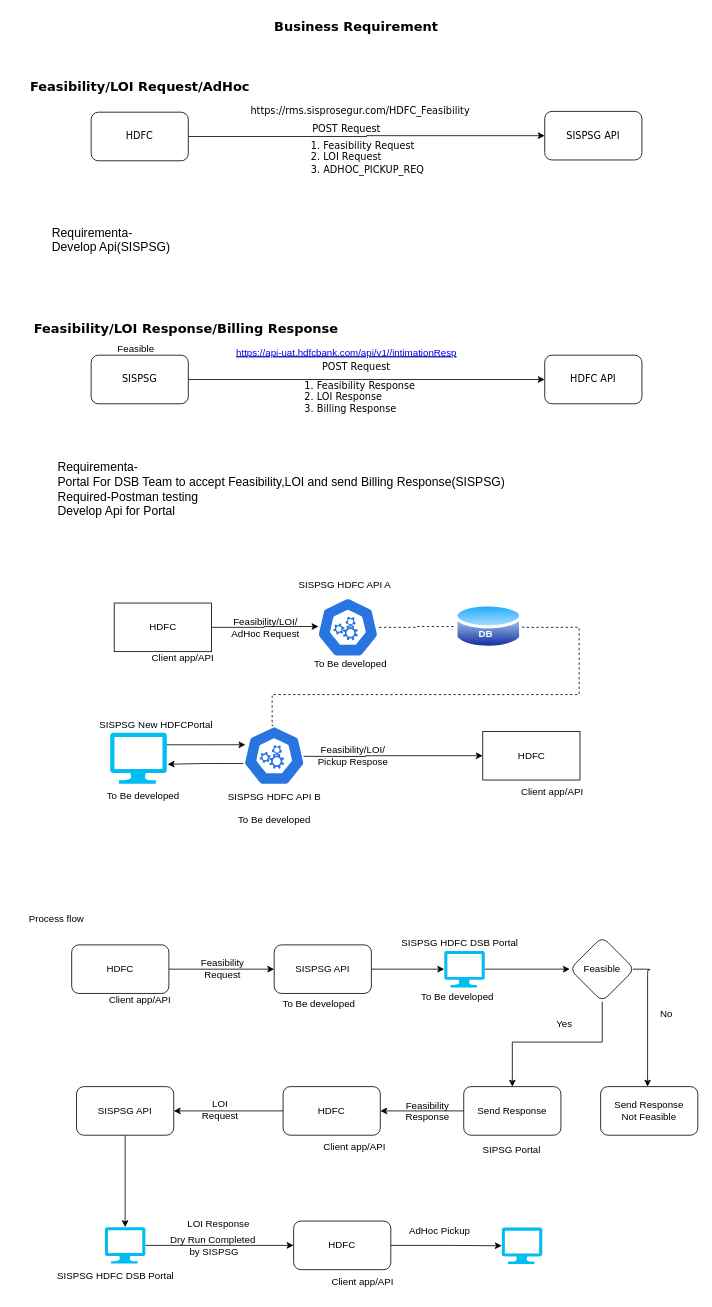
Earlier version of the draw.io diagram Hdfc.drawio (ubermachine/Drawio). Source tidied: cells renumbered, new cells numbered last; positions are measured from the earlier drawing's top-left corner, leaving out a move shared by most shapes. Both pictures are drawn from the tidied source at 81%, with x=0, y=0 at pixel (14, 14).
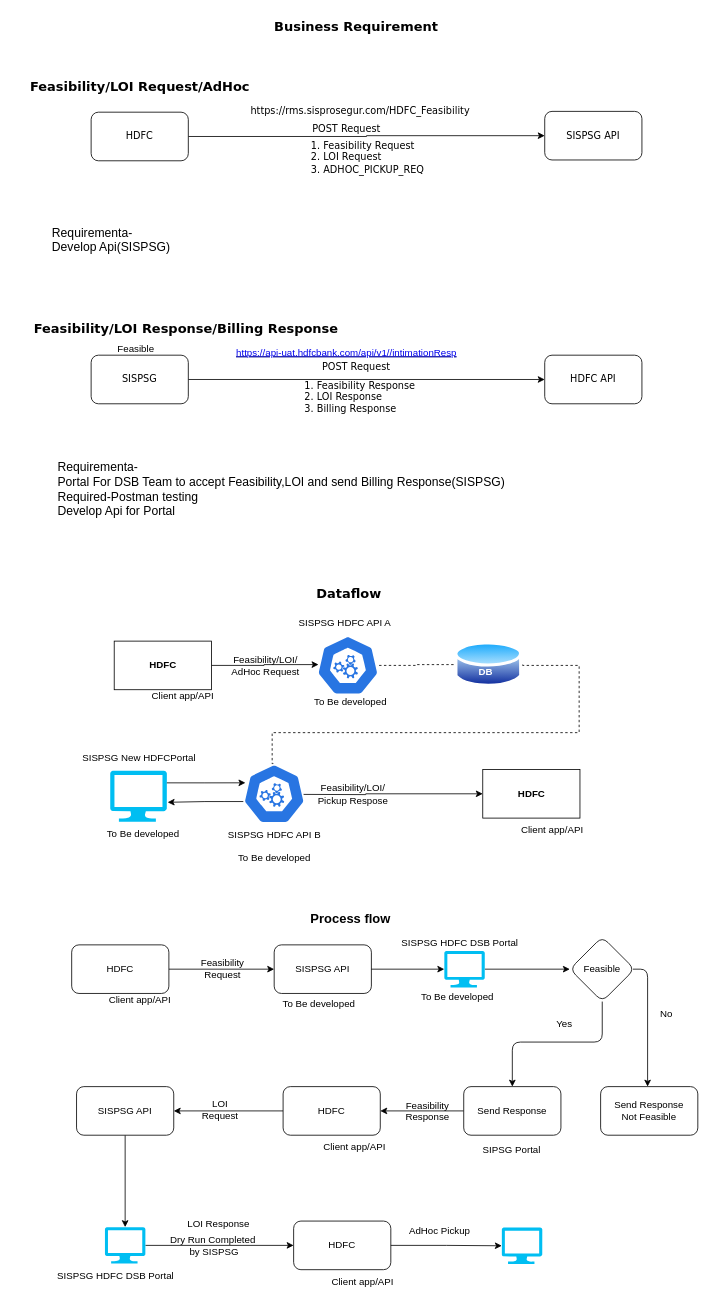
Above is the later version.

The change refers to these unchanged cells:
```xml
<mxCell id="48" value="Feasible" style="rhombus;whiteSpace=wrap;html=1;rounded=1;" parent="1" vertex="1">
  <mxGeometry x="686" y="1139" width="80" height="80" as="geometry" />
</mxCell>
<mxCell id="52" value="Send Response" style="whiteSpace=wrap;html=1;rounded=1;" parent="1" vertex="1">
  <mxGeometry x="555" y="1324" width="120" height="60" as="geometry" />
</mxCell>
```

Diff of the diagram source:
```diff
@@
-    <mxCell id="20" value="HDFC" style="rounded=0;whiteSpace=wrap;html=1;" parent="1" vertex="1">
-      <mxGeometry x="123.5" y="727" width="120" height="60" as="geometry" />
+    <mxCell id="20" value="HDFC" style="rounded=0;whiteSpace=wrap;html=1;fontStyle=1;" parent="1" vertex="1">
+      <mxGeometry x="123.5" y="774" width="120" height="60" as="geometry" />
     </mxCell>
     <mxCell id="21" style="edgeStyle=orthogonalEdgeStyle;rounded=0;jettySize=auto;html=1;entryX=0;entryY=0.5;entryDx=0;entryDy=0;" parent="1" edge="1" target="32">
       <mxGeometry relative="1" as="geometry">
-        <mxPoint x="288.5" y="916" as="sourcePoint" />
+        <mxPoint x="288.5" y="963" as="sourcePoint" />
       </mxGeometry>
     </mxCell>
@@
     <mxCell id="23" style="verticalLabelPosition=bottom;html=1;verticalAlign=top;align=center;strokeColor=none;fillColor=#00BEF2;shape=mxgraph.azure.computer;" parent="1" vertex="1">
-      <mxGeometry x="118.5" y="887" width="70" height="63" as="geometry" />
+      <mxGeometry x="118.5" y="934" width="70" height="63" as="geometry" />
     </mxCell>
     <mxCell id="24" value="To Be developed" style="text;html=1;align=center;verticalAlign=middle;strokeColor=none;fillColor=none;" parent="1" vertex="1">
-      <mxGeometry x="359.5" y="787" width="110" height="30" as="geometry" />
+      <mxGeometry x="359.5" y="834" width="110" height="30" as="geometry" />
     </mxCell>
     <mxCell id="25" value="Client app/API" style="text;html=1;align=center;verticalAlign=middle;strokeColor=none;fillColor=none;" parent="1" vertex="1">
-      <mxGeometry x="157.5" y="779.5" width="100" height="30" as="geometry" />
+      <mxGeometry x="157.5" y="826.5" width="100" height="30" as="geometry" />
     </mxCell>
     <mxCell id="26" value="&lt;div&gt;Feasibility/LOI/&lt;/div&gt;&lt;div&gt;Pickup Respose&lt;br&gt;&lt;/div&gt;" style="text;html=1;align=center;verticalAlign=middle;strokeColor=none;fillColor=none;" parent="1" vertex="1">
-      <mxGeometry x="362.5" y="895.5" width="110" height="40" as="geometry" />
+      <mxGeometry x="362.5" y="942.5" width="110" height="40" as="geometry" />
     </mxCell>
     <mxCell id="27" value="&lt;div&gt;Feasibility/LOI/&lt;/div&gt;&lt;div&gt;AdHoc Request&lt;br&gt;&lt;/div&gt;" style="text;html=1;align=center;verticalAlign=middle;strokeColor=none;fillColor=none;" parent="1" vertex="1">
-      <mxGeometry x="254.5" y="737" width="110" height="40" as="geometry" />
+      <mxGeometry x="254.5" y="784" width="110" height="40" as="geometry" />
     </mxCell>
     <mxCell id="28" style="image;perimeter=ellipsePerimeter;html=1;align=center;shadow=0;dashed=0;spacingTop=3;image=img/lib/active_directory/database.svg;" parent="1" vertex="1">
-      <mxGeometry x="544" y="725" width="83.7" height="62" as="geometry" />
+      <mxGeometry x="544" y="772" width="83.7" height="62" as="geometry" />
     </mxCell>
     <mxCell id="29" value="DB" style="text;html=1;align=center;verticalAlign=middle;fontStyle=1;fontColor=#FFFFFF;" parent="1" vertex="1">
-      <mxGeometry x="562" y="749.5" width="40" height="30" as="geometry" />
+      <mxGeometry x="562" y="796.5" width="40" height="30" as="geometry" />
     </mxCell>
     <mxCell id="30" value="SISPSG New HDFCPortal" style="text;html=1;align=center;verticalAlign=middle;strokeColor=none;fillColor=none;" parent="1" vertex="1">
-      <mxGeometry x="94.5" y="863" width="160" height="30" as="geometry" />
+      <mxGeometry x="73.5" y="904" width="160" height="30" as="geometry" />
     </mxCell>
     <mxCell id="31" style="edgeStyle=orthogonalEdgeStyle;rounded=0;jettySize=auto;html=1;exitX=1;exitY=0.5;exitDx=0;exitDy=0;entryX=0.5;entryY=0;entryDx=0;entryDy=0;endArrow=none;endFill=0;dashed=1;entryPerimeter=0;" parent="1" edge="1" source="28" target="35">
       <mxGeometry relative="1" as="geometry">
         <Array as="points">
-          <mxPoint x="697.5" y="757" />
-          <mxPoint x="697.5" y="840" />
-          <mxPoint x="318.5" y="840" />
-          <mxPoint x="318.5" y="879" />
+          <mxPoint x="697.5" y="804" />
+          <mxPoint x="697.5" y="887" />
+          <mxPoint x="318.5" y="887" />
+          <mxPoint x="318.5" y="926" />
         </Array>
       </mxGeometry>
     </mxCell>
-    <mxCell id="32" value="HDFC" style="whiteSpace=wrap;html=1;rounded=0;glass=0;" parent="1" vertex="1">
-      <mxGeometry x="578.5" y="885.5" width="120" height="60" as="geometry" />
+    <mxCell id="32" value="HDFC" style="whiteSpace=wrap;html=1;rounded=0;glass=0;fontStyle=1;" parent="1" vertex="1">
+      <mxGeometry x="578.5" y="932.5" width="120" height="60" as="geometry" />
     </mxCell>
     <mxCell id="33" style="sketch=0;html=1;dashed=0;whitespace=wrap;fillColor=#2875E2;strokeColor=#ffffff;points=[[0.005,0.63,0],[0.1,0.2,0],[0.9,0.2,0],[0.5,0,0],[0.995,0.63,0],[0.72,0.99,0],[0.5,1,0],[0.28,0.99,0]];shape=mxgraph.kubernetes.icon2;prIcon=api;" parent="1" vertex="1">
-      <mxGeometry x="373.5" y="720" width="77" height="73.9" as="geometry" />
+      <mxGeometry x="373.5" y="767" width="77" height="73.9" as="geometry" />
     </mxCell>
     <mxCell id="34" value="SISPSG HDFC API A" style="text;html=1;align=center;verticalAlign=middle;strokeColor=none;fillColor=none;" parent="1" vertex="1">
-      <mxGeometry x="337.5" y="690" width="140" height="30" as="geometry" />
+      <mxGeometry x="337.5" y="737" width="140" height="30" as="geometry" />
     </mxCell>
     <mxCell id="35" style="sketch=0;html=1;dashed=0;whitespace=wrap;fillColor=#2875E2;strokeColor=#ffffff;points=[[0.005,0.63,0],[0.1,0.2,0],[0.9,0.2,0],[0.5,0,0],[0.995,0.63,0],[0.72,0.99,0],[0.5,1,0],[0.28,0.99,0]];shape=mxgraph.kubernetes.icon2;prIcon=api;" parent="1" vertex="1">
-      <mxGeometry x="282.5" y="878.5" width="77" height="73.9" as="geometry" />
+      <mxGeometry x="282.5" y="925.5" width="77" height="73.9" as="geometry" />
     </mxCell>
@@
     <mxCell id="38" value="SISPSG HDFC API B" style="text;html=1;align=center;verticalAlign=middle;strokeColor=none;fillColor=none;" parent="1" vertex="1">
-      <mxGeometry x="251" y="952.4" width="140" height="30" as="geometry" />
+      <mxGeometry x="251" y="999.4" width="140" height="30" as="geometry" />
     </mxCell>
     <mxCell id="39" value="To Be developed" style="text;html=1;align=center;verticalAlign=middle;strokeColor=none;fillColor=none;" parent="1" vertex="1">
-      <mxGeometry x="265.5" y="980" width="110" height="30" as="geometry" />
+      <mxGeometry x="265.5" y="1027" width="110" height="30" as="geometry" />
     </mxCell>
     <mxCell id="40" value="To Be developed" style="text;html=1;align=center;verticalAlign=middle;strokeColor=none;fillColor=none;" parent="1" vertex="1">
-      <mxGeometry x="103.5" y="950" width="110" height="30" as="geometry" />
+      <mxGeometry x="103.5" y="997" width="110" height="30" as="geometry" />
     </mxCell>
     <mxCell id="41" value="Client app/API" style="text;html=1;align=center;verticalAlign=middle;strokeColor=none;fillColor=none;" parent="1" vertex="1">
-      <mxGeometry x="613.5" y="945.5" width="100" height="30" as="geometry" />
+      <mxGeometry x="613.5" y="992.5" width="100" height="30" as="geometry" />
     </mxCell>
@@
     <mxCell id="46" style="edgeStyle=orthogonalEdgeStyle;rounded=1;orthogonalLoop=1;jettySize=auto;html=1;exitX=1;exitY=0.5;exitDx=0;exitDy=0;curved=0;" parent="1" edge="1">
       <mxGeometry relative="1" as="geometry">
         <mxPoint x="764" y="1179" as="sourcePoint" />
         <mxPoint x="782" y="1324" as="targetPoint" />
         <Array as="points">
-          <mxPoint x="785" y="1179" />
-          <mxPoint x="782" y="1180" />
+          <mxPoint x="782" y="1179" />
         </Array>
       </mxGeometry>
     </mxCell>
-    <mxCell id="47" style="edgeStyle=orthogonalEdgeStyle;rounded=0;jettySize=auto;html=1;entryX=0.5;entryY=0;entryDx=0;entryDy=0;" parent="1" edge="1" source="48" target="52">
+    <mxCell id="47" style="edgeStyle=orthogonalEdgeStyle;rounded=1;jettySize=auto;html=1;entryX=0.5;entryY=0;entryDx=0;entryDy=0;curved=0;" parent="1" edge="1" source="48" target="52">
       <mxGeometry relative="1" as="geometry">
         <Array as="points">
           <mxPoint x="726" y="1269" />
           <mxPoint x="615" y="1269" />
         </Array>
       </mxGeometry>
     </mxCell>
@@
-    <mxCell id="77" value="Process flow" style="text;html=1;align=center;verticalAlign=middle;strokeColor=none;fillColor=none;" parent="1" vertex="1">
-      <mxGeometry x="7" y="1102" width="90" height="30" as="geometry" />
+    <mxCell id="77" value="Process flow" style="text;html=1;align=center;verticalAlign=middle;strokeColor=none;fillColor=none;fontStyle=1;fontSize=16;" parent="1" vertex="1">
+      <mxGeometry x="355" y="1102" width="120" height="30" as="geometry" />
     </mxCell>
@@
+    <mxCell id="81" value="Dataflow" style="text;html=1;align=center;verticalAlign=middle;strokeColor=none;fillColor=none;fontStyle=1;fontSize=16;fontFamily=Verdana;" parent="1" vertex="1">
+      <mxGeometry x="362.5" y="700" width="100" height="30" as="geometry" />
+    </mxCell>
```
